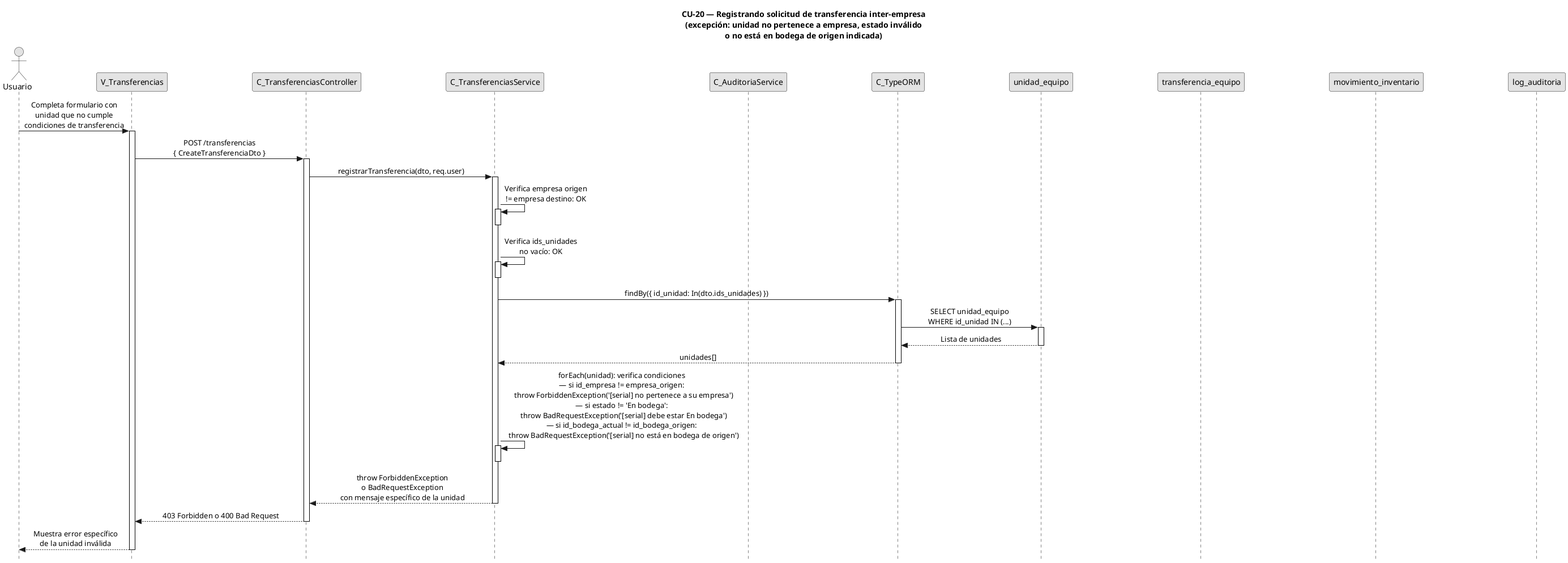
Earlier version of the PlantUML export diagramas/diagramas-secuencia/CU20/CU20-exc-unidad-invalida.png (FSM-Finet-y-Cable-Magico/Team_1-Inventario-y-Bodega).
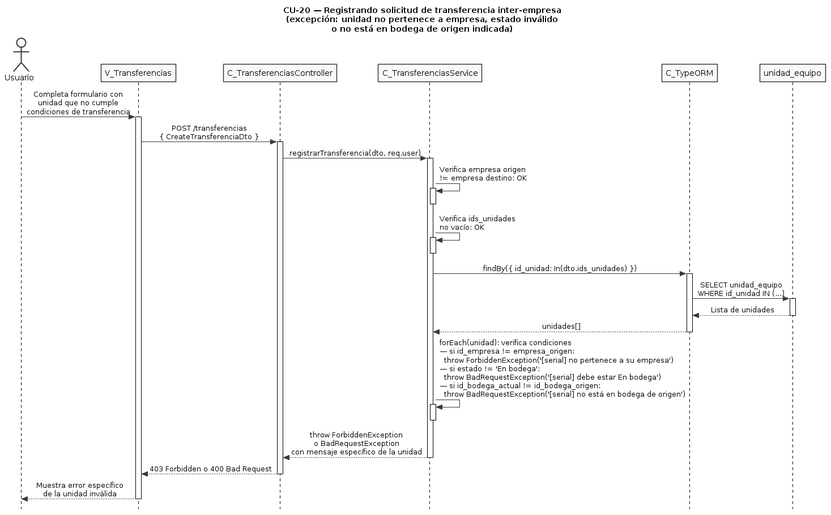
The same file after the commit.

The edit, as a diff of the source:
```diff
@@ -5,8 +5,8 @@
 skinparam monochrome true
 skinparam shadowing false
 skinparam sequenceMessageAlign center
-skinparam ParticipantPadding 70
-skinparam ActorPadding 30
+skinparam ParticipantPadding 25
+skinparam ActorPadding 20
 skinparam sequence {
   MessageAlign center
   LifeLineBorderColor black
@@ -17,12 +17,8 @@
 participant "V_Transferencias" as view
 participant "C_TransferenciasController" as ctrl
 participant "C_TransferenciasService" as svc
-participant "C_AuditoriaService" as aud
 participant "C_TypeORM" as orm
 participant "unidad_equipo" as uent
-participant "transferencia_equipo" as tent
-participant "movimiento_inventario" as ment
-participant "log_auditoria" as aent
 
 user -> view : Completa formulario con\nunidad que no cumple\ncondiciones de transferencia
 activate view
```
